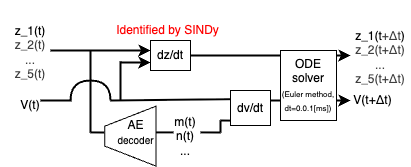
Earlier version of the draw.io export docs/poster/pic/ref/model.png (MunechikaHaruki/SINDyNeuroSurrogate). Source tidied: cells renumbered, new cells last; positions are measured from the earlier drawing's top-left corner, leaving out a move shared by most shapes.
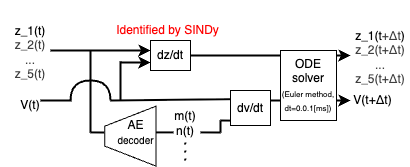
The same diagram one commit later.

The edit, as a diff of the source:
```diff
@@ -54,8 +54,8 @@
         <mxPoint x="153" y="131.9" as="targetPoint" />
       </mxGeometry>
     </mxCell>
-    <mxCell id="12" value="m(t)&lt;div&gt;n(t)&lt;/div&gt;&lt;div&gt;...&lt;/div&gt;" style="text;html=1;align=center;verticalAlign=middle;whiteSpace=wrap;rounded=0;" parent="1" vertex="1">
-      <mxGeometry x="170" y="105.6" width="30" height="60" as="geometry" />
+    <mxCell id="12" value="m(t)&lt;div&gt;n(t)&lt;/div&gt;" style="text;html=1;align=center;verticalAlign=middle;whiteSpace=wrap;rounded=0;" parent="1" vertex="1">
+      <mxGeometry x="170" y="105.6" width="30" height="34.4" as="geometry" />
     </mxCell>
     <mxCell id="13" value="dv/dt" style="rounded=0;whiteSpace=wrap;html=1;" parent="1" vertex="1">
       <mxGeometry x="230" y="90" width="40" height="35" as="geometry" />
@@ -120,5 +120,11 @@
     <mxCell id="26" value="ODE&lt;div&gt;solver&lt;/div&gt;&lt;div&gt;&lt;font style=&quot;font-size: 8px;&quot;&gt;(Euler method,&lt;/font&gt;&lt;/div&gt;&lt;div&gt;&lt;font style=&quot;font-size: 8px;&quot;&gt;dt=0.0.1[ms])&lt;/font&gt;&lt;/div&gt;" style="rounded=0;whiteSpace=wrap;html=1;" parent="1" vertex="1">
       <mxGeometry x="280" y="50" width="56" height="70" as="geometry" />
     </mxCell>
+    <mxCell id="27" style="endArrow=none;dashed=1;html=1;dashPattern=1 3;strokeWidth=2;" parent="1" edge="1">
+      <mxGeometry relative="1" as="geometry">
+        <mxPoint x="184.8" y="160" as="sourcePoint" />
+        <mxPoint x="184.8" y="140" as="targetPoint" />
+      </mxGeometry>
+    </mxCell>
   </root>
 </mxGraphModel>
```
